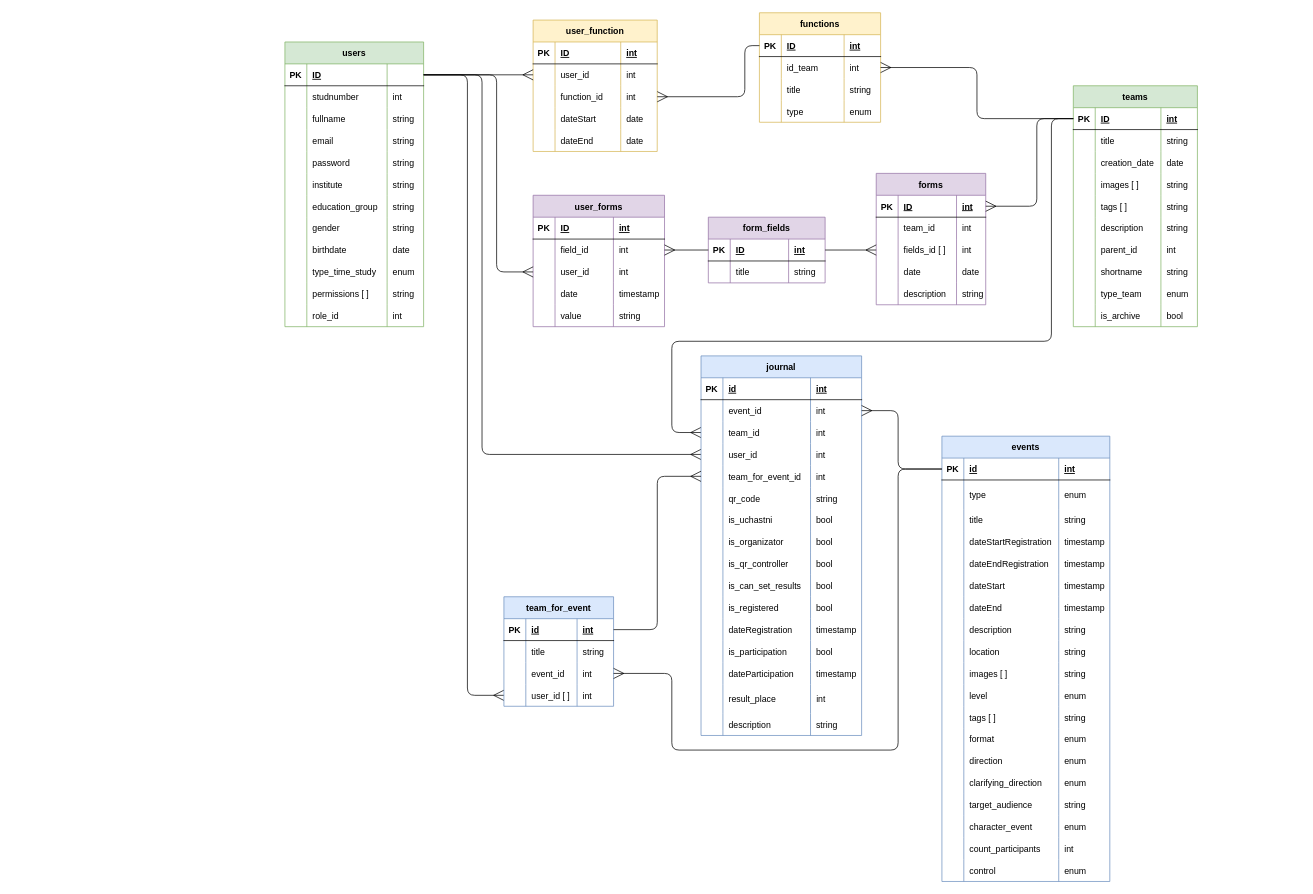
Earlier version of the draw.io diagram page "Физическая" (2 of 4) of Схема БД.drawio (KomogortsevaYulia/Raiting-Teams-Events). Source tidied: cells renumbered, new cells numbered last; positions are measured from the earlier drawing's top-left corner, leaving out a move shared by most shapes. Both pictures are drawn from the tidied source at 73%, with x=0, y=0 at pixel (285, 12).
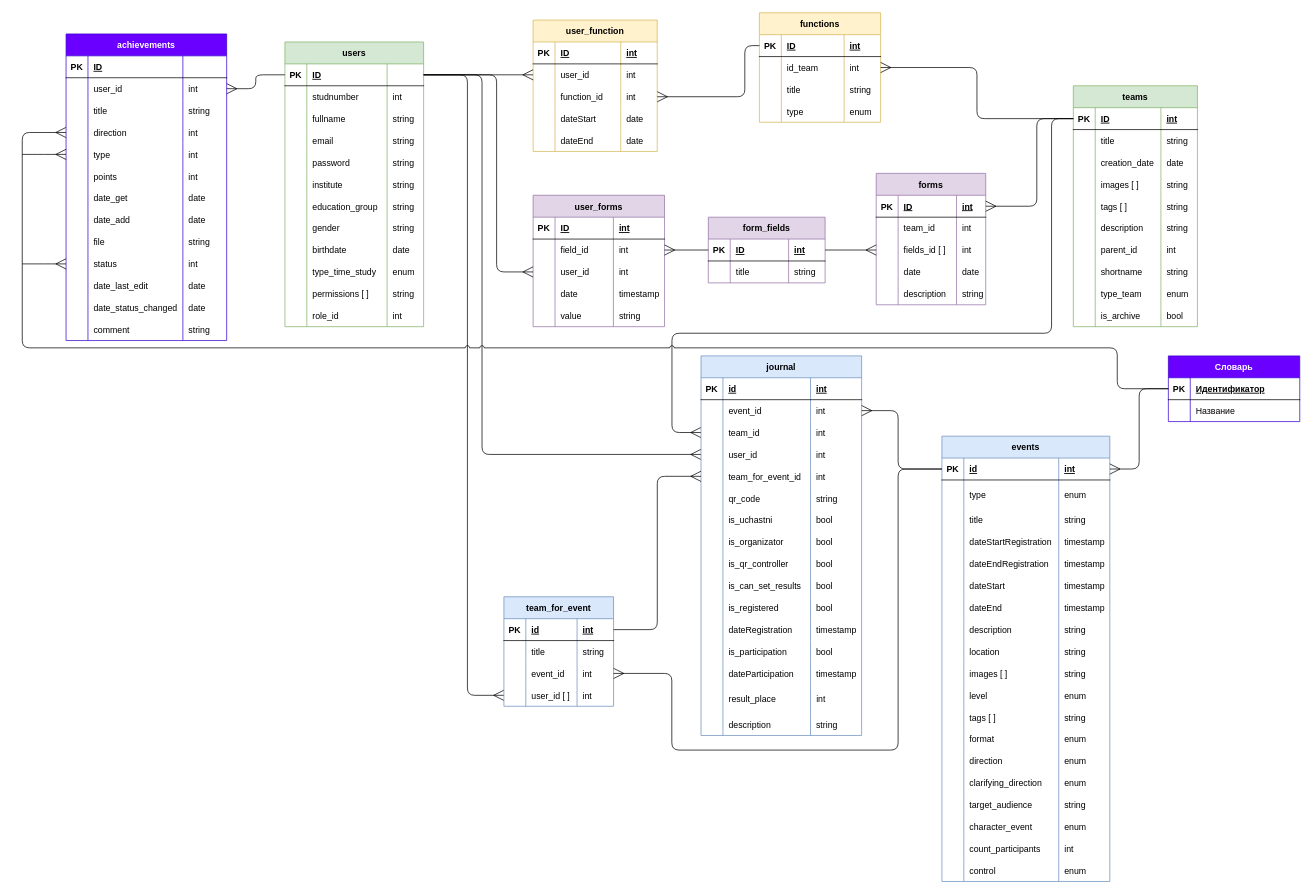
The same page after the edit.

The change refers to these unchanged cells:
```xml
<mxCell id="3" style="shape=tableRow;horizontal=0;startSize=0;swimlaneHead=0;swimlaneBody=0;fillColor=none;points=[[0,0.5],[1,0.5]];portConstraint=eastwest;top=0;left=0;right=0;bottom=1;" parent="2" vertex="1">
  <mxGeometry y="30" width="190" height="30" as="geometry" />
</mxCell>
<mxCell id="52" style="shape=tableRow;horizontal=0;startSize=0;swimlaneHead=0;swimlaneBody=0;fillColor=none;points=[[0,0.5],[1,0.5]];portConstraint=eastwest;top=0;left=0;right=0;bottom=1;" parent="51" vertex="1">
  <mxGeometry y="30" width="170" height="30" as="geometry" />
</mxCell>
<mxCell id="192" style="shape=tableRow;horizontal=0;startSize=0;swimlaneHead=0;swimlaneBody=0;fillColor=none;points=[[0,0.5],[1,0.5]];portConstraint=eastwest;top=0;left=0;right=0;bottom=1;" parent="191" vertex="1">
  <mxGeometry y="30" width="230" height="30" as="geometry" />
</mxCell>
<mxCell id="277" style="shape=tableRow;horizontal=0;startSize=0;swimlaneHead=0;swimlaneBody=0;fillColor=none;points=[[0,0.5],[1,0.5]];portConstraint=eastwest;top=0;left=0;right=0;bottom=0;" parent="268" vertex="1">
  <mxGeometry y="90" width="220" height="30" as="geometry" />
</mxCell>
```

The edit, as a diff of the source:
```diff
@@
     <mxCell id="190" style="edgeStyle=orthogonalEdgeStyle;html=1;entryX=0;entryY=0.5;entryDx=0;entryDy=0;strokeWidth=1;startArrow=none;startFill=0;endArrow=ERmany;endFill=0;startSize=12;endSize=12;jumpStyle=arc;" parent="1" edge="1" source="52" target="277">
       <mxGeometry relative="1" as="geometry">
         <Array as="points">
-          <mxPoint x="1049.8" y="145" />
-          <mxPoint x="1049.8" y="450" />
-          <mxPoint x="529.8" y="450" />
-          <mxPoint x="529.8" y="575" />
+          <mxPoint x="1050" y="145" />
+          <mxPoint x="1050" y="439" />
+          <mxPoint x="530" y="439" />
+          <mxPoint x="530" y="575" />
         </Array>
       </mxGeometry>
     </mxCell>
@@
+    <mxCell id="353" value="Словарь" style="shape=table;startSize=30;childLayout=tableLayout;rowLines=0;fontStyle=1;align=center;fillColor=#6a00ff;strokeColor=#3700CC;fontColor=#ffffff;" parent="1" vertex="1">
+      <mxGeometry x="1210" y="470" width="180" height="90" as="geometry" />
+    </mxCell>
+    <mxCell id="354" style="shape=tableRow;horizontal=0;startSize=0;swimlaneHead=0;swimlaneBody=0;fillColor=none;points=[[0,0.5],[1,0.5]];portConstraint=eastwest;top=0;left=0;right=0;bottom=1;" parent="353" vertex="1">
+      <mxGeometry y="30" width="180" height="30" as="geometry" />
+    </mxCell>
+    <mxCell id="355" value="PK" style="shape=partialRectangle;fillColor=none;top=0;left=0;bottom=0;right=0;fontStyle=1;overflow=hidden;" parent="354" vertex="1">
+      <mxGeometry width="30" height="30" as="geometry" />
+    </mxCell>
+    <mxCell id="356" value="Идентификатор" style="shape=partialRectangle;fillColor=none;top=0;left=0;bottom=0;right=0;align=left;spacingLeft=6;fontStyle=5;overflow=hidden;" parent="354" vertex="1">
+      <mxGeometry x="30" width="150" height="30" as="geometry" />
+    </mxCell>
+    <mxCell id="357" style="shape=tableRow;horizontal=0;startSize=0;swimlaneHead=0;swimlaneBody=0;fillColor=none;top=0;left=0;right=0;bottom=0;" parent="353" vertex="1">
+      <mxGeometry y="60" width="180" height="30" as="geometry" />
+    </mxCell>
+    <mxCell id="358" style="shape=partialRectangle;fillColor=none;top=0;left=0;bottom=0;right=0;overflow=hidden;" parent="357" vertex="1">
+      <mxGeometry width="30" height="30" as="geometry" />
+    </mxCell>
+    <mxCell id="359" value="Название" style="shape=partialRectangle;fillColor=none;top=0;left=0;bottom=0;right=0;align=left;spacingLeft=6;overflow=hidden;" parent="357" vertex="1">
+      <mxGeometry x="30" width="150" height="30" as="geometry" />
+    </mxCell>
+    <mxCell id="360" style="edgeStyle=orthogonalEdgeStyle;html=1;strokeWidth=1;startArrow=none;startFill=0;endArrow=ERmany;endFill=0;startSize=12;endSize=12;jumpStyle=arc;exitX=0;exitY=0.5;exitDx=0;exitDy=0;entryX=1;entryY=0.5;entryDx=0;entryDy=0;" parent="1" edge="1" source="354" target="192">
+      <mxGeometry relative="1" as="geometry">
+        <Array as="points">
+          <mxPoint x="1170" y="515" />
+          <mxPoint x="1170" y="625" />
+        </Array>
+      </mxGeometry>
+    </mxCell>
+    <mxCell id="361" style="edgeStyle=orthogonalEdgeStyle;html=1;strokeWidth=1;startArrow=none;startFill=0;endArrow=ERmany;endFill=0;startSize=12;endSize=12;jumpStyle=arc;exitX=0;exitY=0.5;exitDx=0;exitDy=0;entryX=0;entryY=0.5;entryDx=0;entryDy=0;" parent="1" edge="1" source="354" target="376">
+      <mxGeometry relative="1" as="geometry">
+        <Array as="points">
+          <mxPoint x="1140" y="515" />
+          <mxPoint x="1140" y="459" />
+          <mxPoint x="-360" y="459" />
+          <mxPoint x="-360" y="164" />
+        </Array>
+      </mxGeometry>
+    </mxCell>
+    <mxCell id="362" style="edgeStyle=orthogonalEdgeStyle;html=1;entryX=0;entryY=0.5;entryDx=0;entryDy=0;strokeWidth=1;endArrow=none;endFill=0;startSize=12;endSize=12;startArrow=ERmany;startFill=0;exitX=1;exitY=0.5;exitDx=0;exitDy=0;" parent="1" edge="1" source="368" target="3">
+      <mxGeometry relative="1" as="geometry" />
+    </mxCell>
+    <mxCell id="363" value="achievements" style="shape=table;startSize=30;childLayout=tableLayout;rowLines=0;fontStyle=1;align=center;fillColor=#6a00ff;strokeColor=#3700CC;fontColor=#ffffff;" parent="1" vertex="1">
+      <mxGeometry x="-300" y="29" width="220" height="420" as="geometry" />
+    </mxCell>
+    <mxCell id="364" style="shape=tableRow;horizontal=0;startSize=0;swimlaneHead=0;swimlaneBody=0;fillColor=none;top=0;left=0;right=0;bottom=1;" parent="363" vertex="1">
+      <mxGeometry y="30" width="220" height="30" as="geometry" />
+    </mxCell>
+    <mxCell id="365" value="PK" style="shape=partialRectangle;fillColor=none;top=0;left=0;bottom=0;right=0;fontStyle=1;overflow=hidden;" parent="364" vertex="1">
+      <mxGeometry width="30" height="30" as="geometry" />
+    </mxCell>
+    <mxCell id="366" value="ID" style="shape=partialRectangle;fillColor=none;top=0;left=0;bottom=0;right=0;align=left;spacingLeft=6;fontStyle=5;overflow=hidden;" parent="364" vertex="1">
+      <mxGeometry x="30" width="130" height="30" as="geometry" />
+    </mxCell>
+    <mxCell id="367" style="shape=partialRectangle;fillColor=none;top=0;left=0;bottom=0;right=0;align=left;spacingLeft=6;fontStyle=5;overflow=hidden;" parent="364" vertex="1">
+      <mxGeometry x="160" width="60" height="30" as="geometry" />
+    </mxCell>
+    <mxCell id="368" style="shape=tableRow;horizontal=0;startSize=0;swimlaneHead=0;swimlaneBody=0;fillColor=none;points=[[0,0.5],[1,0.5]];portConstraint=eastwest;top=0;left=0;right=0;bottom=0;" parent="363" vertex="1">
+      <mxGeometry y="60" width="220" height="30" as="geometry" />
+    </mxCell>
+    <mxCell id="369" style="shape=partialRectangle;fillColor=none;top=0;left=0;bottom=0;right=0;overflow=hidden;" parent="368" vertex="1">
+      <mxGeometry width="30" height="30" as="geometry" />
+    </mxCell>
+    <mxCell id="370" value="user_id" style="shape=partialRectangle;fillColor=none;top=0;left=0;bottom=0;right=0;align=left;spacingLeft=6;overflow=hidden;" parent="368" vertex="1">
+      <mxGeometry x="30" width="130" height="30" as="geometry" />
+    </mxCell>
+    <mxCell id="371" value="int" style="shape=partialRectangle;fillColor=none;top=0;left=0;bottom=0;right=0;align=left;spacingLeft=6;overflow=hidden;" parent="368" vertex="1">
+      <mxGeometry x="160" width="60" height="30" as="geometry" />
+    </mxCell>
+    <mxCell id="372" style="shape=tableRow;horizontal=0;startSize=0;swimlaneHead=0;swimlaneBody=0;fillColor=none;top=0;left=0;right=0;bottom=0;" parent="363" vertex="1">
+      <mxGeometry y="90" width="220" height="30" as="geometry" />
+    </mxCell>
+    <mxCell id="373" style="shape=partialRectangle;fillColor=none;top=0;left=0;bottom=0;right=0;overflow=hidden;" parent="372" vertex="1">
+      <mxGeometry width="30" height="30" as="geometry" />
+    </mxCell>
+    <mxCell id="374" value="title" style="shape=partialRectangle;fillColor=none;top=0;left=0;bottom=0;right=0;align=left;spacingLeft=6;overflow=hidden;" parent="372" vertex="1">
+      <mxGeometry x="30" width="130" height="30" as="geometry" />
+    </mxCell>
+    <mxCell id="375" value="string" style="shape=partialRectangle;fillColor=none;top=0;left=0;bottom=0;right=0;align=left;spacingLeft=6;overflow=hidden;" parent="372" vertex="1">
+      <mxGeometry x="160" width="60" height="30" as="geometry" />
+    </mxCell>
+    <mxCell id="376" style="shape=tableRow;horizontal=0;startSize=0;swimlaneHead=0;swimlaneBody=0;fillColor=none;points=[[0,0.5],[1,0.5]];portConstraint=eastwest;top=0;left=0;right=0;bottom=0;" parent="363" vertex="1">
+      <mxGeometry y="120" width="220" height="30" as="geometry" />
+    </mxCell>
+    <mxCell id="377" style="shape=partialRectangle;fillColor=none;top=0;left=0;bottom=0;right=0;overflow=hidden;" parent="376" vertex="1">
+      <mxGeometry width="30" height="30" as="geometry" />
+    </mxCell>
+    <mxCell id="378" value="direction" style="shape=partialRectangle;fillColor=none;top=0;left=0;bottom=0;right=0;align=left;spacingLeft=6;overflow=hidden;" parent="376" vertex="1">
+      <mxGeometry x="30" width="130" height="30" as="geometry" />
+    </mxCell>
+    <mxCell id="379" value="int" style="shape=partialRectangle;fillColor=none;top=0;left=0;bottom=0;right=0;align=left;spacingLeft=6;overflow=hidden;" parent="376" vertex="1">
+      <mxGeometry x="160" width="60" height="30" as="geometry" />
+    </mxCell>
+    <mxCell id="380" style="shape=tableRow;horizontal=0;startSize=0;swimlaneHead=0;swimlaneBody=0;fillColor=none;points=[[0,0.5],[1,0.5]];portConstraint=eastwest;top=0;left=0;right=0;bottom=0;" parent="363" vertex="1">
+      <mxGeometry y="150" width="220" height="30" as="geometry" />
+    </mxCell>
+    <mxCell id="381" style="shape=partialRectangle;fillColor=none;top=0;left=0;bottom=0;right=0;overflow=hidden;" parent="380" vertex="1">
+      <mxGeometry width="30" height="30" as="geometry" />
+    </mxCell>
+    <mxCell id="382" value="type" style="shape=partialRectangle;fillColor=none;top=0;left=0;bottom=0;right=0;align=left;spacingLeft=6;overflow=hidden;" parent="380" vertex="1">
+      <mxGeometry x="30" width="130" height="30" as="geometry" />
+    </mxCell>
+    <mxCell id="383" value="int" style="shape=partialRectangle;fillColor=none;top=0;left=0;bottom=0;right=0;align=left;spacingLeft=6;overflow=hidden;" parent="380" vertex="1">
+      <mxGeometry x="160" width="60" height="30" as="geometry" />
+    </mxCell>
+    <mxCell id="384" style="shape=tableRow;horizontal=0;startSize=0;swimlaneHead=0;swimlaneBody=0;fillColor=none;top=0;left=0;right=0;bottom=0;" parent="363" vertex="1">
+      <mxGeometry y="180" width="220" height="30" as="geometry" />
+    </mxCell>
+    <mxCell id="385" style="shape=partialRectangle;fillColor=none;top=0;left=0;bottom=0;right=0;overflow=hidden;" parent="384" vertex="1">
+      <mxGeometry width="30" height="30" as="geometry" />
+    </mxCell>
+    <mxCell id="386" value="points" style="shape=partialRectangle;fillColor=none;top=0;left=0;bottom=0;right=0;align=left;spacingLeft=6;overflow=hidden;" parent="384" vertex="1">
+      <mxGeometry x="30" width="130" height="30" as="geometry" />
+    </mxCell>
+    <mxCell id="387" value="int" style="shape=partialRectangle;fillColor=none;top=0;left=0;bottom=0;right=0;align=left;spacingLeft=6;overflow=hidden;" parent="384" vertex="1">
+      <mxGeometry x="160" width="60" height="30" as="geometry" />
+    </mxCell>
+    <mxCell id="388" style="shape=tableRow;horizontal=0;startSize=0;swimlaneHead=0;swimlaneBody=0;fillColor=none;top=0;left=0;right=0;bottom=0;" parent="363" vertex="1">
+      <mxGeometry y="210" width="220" height="30" as="geometry" />
+    </mxCell>
+    <mxCell id="389" style="shape=partialRectangle;fillColor=none;top=0;left=0;bottom=0;right=0;overflow=hidden;" parent="388" vertex="1">
+      <mxGeometry width="30" height="30" as="geometry" />
+    </mxCell>
+    <mxCell id="390" value="date_get" style="shape=partialRectangle;fillColor=none;top=0;left=0;bottom=0;right=0;align=left;spacingLeft=6;overflow=hidden;" parent="388" vertex="1">
+      <mxGeometry x="30" width="130" height="30" as="geometry" />
+    </mxCell>
+    <mxCell id="391" value="date" style="shape=partialRectangle;fillColor=none;top=0;left=0;bottom=0;right=0;align=left;spacingLeft=6;overflow=hidden;" parent="388" vertex="1">
+      <mxGeometry x="160" width="60" height="30" as="geometry" />
+    </mxCell>
+    <mxCell id="392" style="shape=tableRow;horizontal=0;startSize=0;swimlaneHead=0;swimlaneBody=0;fillColor=none;top=0;left=0;right=0;bottom=0;" parent="363" vertex="1">
+      <mxGeometry y="240" width="220" height="30" as="geometry" />
+    </mxCell>
+    <mxCell id="393" style="shape=partialRectangle;fillColor=none;top=0;left=0;bottom=0;right=0;overflow=hidden;" parent="392" vertex="1">
+      <mxGeometry width="30" height="30" as="geometry" />
+    </mxCell>
+    <mxCell id="394" value="date_add" style="shape=partialRectangle;fillColor=none;top=0;left=0;bottom=0;right=0;align=left;spacingLeft=6;overflow=hidden;" parent="392" vertex="1">
+      <mxGeometry x="30" width="130" height="30" as="geometry" />
+    </mxCell>
+    <mxCell id="395" value="date" style="shape=partialRectangle;fillColor=none;top=0;left=0;bottom=0;right=0;align=left;spacingLeft=6;overflow=hidden;" parent="392" vertex="1">
+      <mxGeometry x="160" width="60" height="30" as="geometry" />
+    </mxCell>
+    <mxCell id="396" style="shape=tableRow;horizontal=0;startSize=0;swimlaneHead=0;swimlaneBody=0;fillColor=none;top=0;left=0;right=0;bottom=0;" parent="363" vertex="1">
+      <mxGeometry y="270" width="220" height="30" as="geometry" />
+    </mxCell>
+    <mxCell id="397" style="shape=partialRectangle;fillColor=none;top=0;left=0;bottom=0;right=0;overflow=hidden;" parent="396" vertex="1">
+      <mxGeometry width="30" height="30" as="geometry" />
+    </mxCell>
+    <mxCell id="398" value="file" style="shape=partialRectangle;fillColor=none;top=0;left=0;bottom=0;right=0;align=left;spacingLeft=6;overflow=hidden;" parent="396" vertex="1">
+      <mxGeometry x="30" width="130" height="30" as="geometry" />
+    </mxCell>
+    <mxCell id="399" value="string" style="shape=partialRectangle;fillColor=none;top=0;left=0;bottom=0;right=0;align=left;spacingLeft=6;overflow=hidden;" parent="396" vertex="1">
+      <mxGeometry x="160" width="60" height="30" as="geometry" />
+    </mxCell>
+    <mxCell id="400" style="shape=tableRow;horizontal=0;startSize=0;swimlaneHead=0;swimlaneBody=0;fillColor=none;points=[[0,0.5],[1,0.5]];portConstraint=eastwest;top=0;left=0;right=0;bottom=0;" parent="363" vertex="1">
+      <mxGeometry y="300" width="220" height="30" as="geometry" />
+    </mxCell>
+    <mxCell id="401" style="shape=partialRectangle;fillColor=none;top=0;left=0;bottom=0;right=0;overflow=hidden;" parent="400" vertex="1">
+      <mxGeometry width="30" height="30" as="geometry" />
+    </mxCell>
+    <mxCell id="402" value="status" style="shape=partialRectangle;fillColor=none;top=0;left=0;bottom=0;right=0;align=left;spacingLeft=6;overflow=hidden;" parent="400" vertex="1">
+      <mxGeometry x="30" width="130" height="30" as="geometry" />
+    </mxCell>
+    <mxCell id="403" value="int" style="shape=partialRectangle;fillColor=none;top=0;left=0;bottom=0;right=0;align=left;spacingLeft=6;overflow=hidden;" parent="400" vertex="1">
+      <mxGeometry x="160" width="60" height="30" as="geometry" />
+    </mxCell>
+    <mxCell id="404" style="shape=tableRow;horizontal=0;startSize=0;swimlaneHead=0;swimlaneBody=0;fillColor=none;top=0;left=0;right=0;bottom=0;" parent="363" vertex="1">
+      <mxGeometry y="330" width="220" height="30" as="geometry" />
+    </mxCell>
+    <mxCell id="405" style="shape=partialRectangle;fillColor=none;top=0;left=0;bottom=0;right=0;overflow=hidden;" parent="404" vertex="1">
+      <mxGeometry width="30" height="30" as="geometry" />
+    </mxCell>
+    <mxCell id="406" value="date_last_edit" style="shape=partialRectangle;fillColor=none;top=0;left=0;bottom=0;right=0;align=left;spacingLeft=6;overflow=hidden;" parent="404" vertex="1">
+      <mxGeometry x="30" width="130" height="30" as="geometry" />
+    </mxCell>
+    <mxCell id="407" value="date" style="shape=partialRectangle;fillColor=none;top=0;left=0;bottom=0;right=0;align=left;spacingLeft=6;overflow=hidden;" parent="404" vertex="1">
+      <mxGeometry x="160" width="60" height="30" as="geometry" />
+    </mxCell>
+    <mxCell id="408" style="shape=tableRow;horizontal=0;startSize=0;swimlaneHead=0;swimlaneBody=0;fillColor=none;top=0;left=0;right=0;bottom=0;" parent="363" vertex="1">
+      <mxGeometry y="360" width="220" height="30" as="geometry" />
+    </mxCell>
+    <mxCell id="409" style="shape=partialRectangle;fillColor=none;top=0;left=0;bottom=0;right=0;overflow=hidden;" parent="408" vertex="1">
+      <mxGeometry width="30" height="30" as="geometry" />
+    </mxCell>
+    <mxCell id="410" value="date_status_changed" style="shape=partialRectangle;fillColor=none;top=0;left=0;bottom=0;right=0;align=left;spacingLeft=6;overflow=hidden;" parent="408" vertex="1">
+      <mxGeometry x="30" width="130" height="30" as="geometry" />
+    </mxCell>
+    <mxCell id="411" value="date" style="shape=partialRectangle;fillColor=none;top=0;left=0;bottom=0;right=0;align=left;spacingLeft=6;overflow=hidden;" parent="408" vertex="1">
+      <mxGeometry x="160" width="60" height="30" as="geometry" />
+    </mxCell>
+    <mxCell id="412" style="shape=tableRow;horizontal=0;startSize=0;swimlaneHead=0;swimlaneBody=0;fillColor=none;top=0;left=0;right=0;bottom=0;" parent="363" vertex="1">
+      <mxGeometry y="390" width="220" height="30" as="geometry" />
+    </mxCell>
+    <mxCell id="413" style="shape=partialRectangle;fillColor=none;top=0;left=0;bottom=0;right=0;overflow=hidden;" parent="412" vertex="1">
+      <mxGeometry width="30" height="30" as="geometry" />
+    </mxCell>
+    <mxCell id="414" value="comment" style="shape=partialRectangle;fillColor=none;top=0;left=0;bottom=0;right=0;align=left;spacingLeft=6;overflow=hidden;" parent="412" vertex="1">
+      <mxGeometry x="30" width="130" height="30" as="geometry" />
+    </mxCell>
+    <mxCell id="415" value="string" style="shape=partialRectangle;fillColor=none;top=0;left=0;bottom=0;right=0;align=left;spacingLeft=6;overflow=hidden;" parent="412" vertex="1">
+      <mxGeometry x="160" width="60" height="30" as="geometry" />
+    </mxCell>
+    <mxCell id="416" style="edgeStyle=orthogonalEdgeStyle;html=1;strokeWidth=1;endArrow=none;endFill=0;startSize=12;endSize=12;startArrow=ERmany;startFill=0;" parent="1" edge="1" source="380">
+      <mxGeometry relative="1" as="geometry">
+        <mxPoint x="-360" y="194" as="targetPoint" />
+      </mxGeometry>
+    </mxCell>
+    <mxCell id="417" style="edgeStyle=orthogonalEdgeStyle;html=1;strokeWidth=1;endArrow=none;endFill=0;startSize=12;endSize=12;startArrow=ERmany;startFill=0;" parent="1" edge="1" source="400">
+      <mxGeometry relative="1" as="geometry">
+        <mxPoint x="-360" y="344" as="targetPoint" />
+      </mxGeometry>
+    </mxCell>
```
